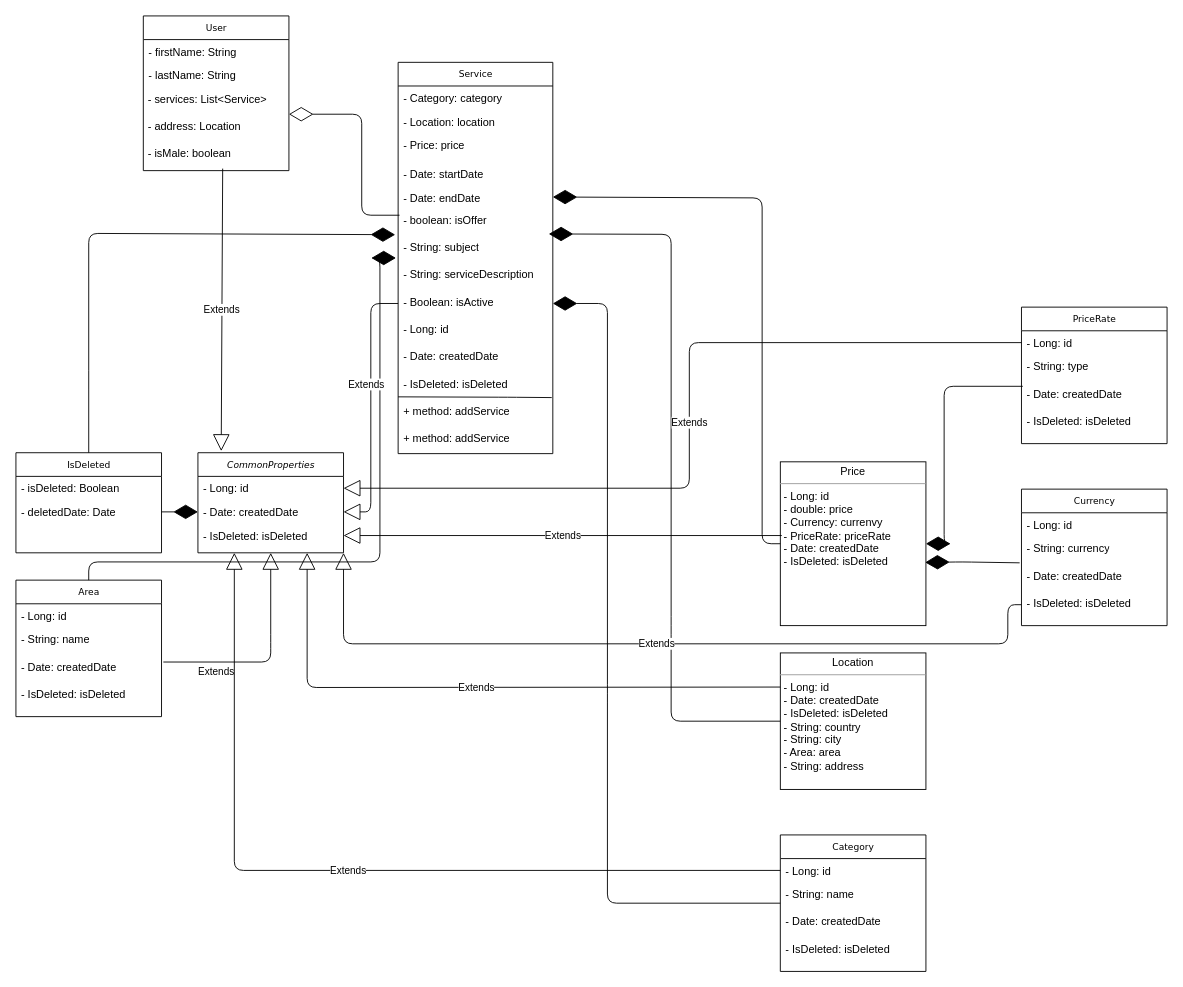
The draw.io diagram HelppyUML.drawio in StanislavRa/group_A_Helppy, before the edit. Source tidied: cells renumbered, new cells numbered last; positions are measured from the earlier drawing's top-left corner, leaving out a move shared by most shapes. Both pictures are drawn from the tidied source at 91%, with x=0, y=0 at pixel (15, 15).
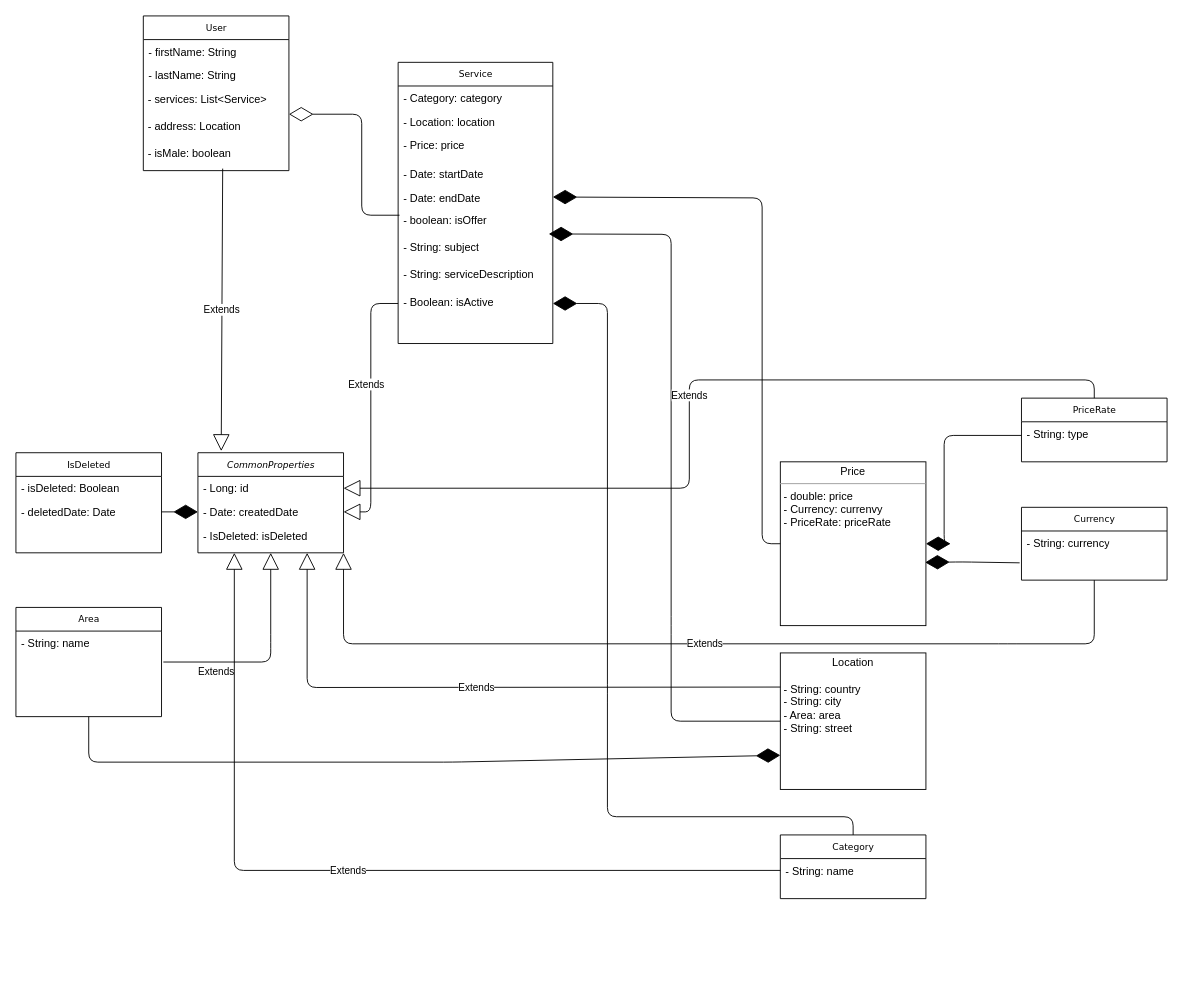
The same page after the edit.

Unchanged cells that the change refers to:
```xml
<mxCell id="14" value="- String: subject" style="text;html=1;strokeColor=none;fillColor=none;align=left;verticalAlign=top;spacingLeft=4;spacingRight=4;whiteSpace=wrap;overflow=hidden;points=[[0,0.5],[1,0.5]];portConstraint=eastwest;" parent="7" vertex="1">
  <mxGeometry y="190" width="170" height="30" as="geometry" />
</mxCell>
<mxCell id="16" value="- Boolean: isActive" style="text;html=1;strokeColor=none;fillColor=none;align=left;verticalAlign=top;spacingLeft=4;spacingRight=4;whiteSpace=wrap;overflow=hidden;points=[[0,0.5],[1,0.5]];portConstraint=eastwest;" parent="7" vertex="1">
  <mxGeometry y="250" width="170" height="30" as="geometry" />
</mxCell>
<mxCell id="25" value="IsDeleted" style="swimlane;html=1;fontStyle=0;horizontal=1;startSize=26;fillColor=none;swimlaneFillColor=#ffffff;rounded=0;shadow=0;comic=0;labelBackgroundColor=none;strokeWidth=1;fontFamily=Verdana;fontSize=10;align=center;" parent="1" vertex="1">
  <mxGeometry y="480" width="160" height="110" as="geometry" />
</mxCell>
<mxCell id="50" value="&lt;i&gt;CommonProperties&lt;/i&gt;" style="swimlane;html=1;fontStyle=0;horizontal=1;startSize=26;fillColor=none;swimlaneFillColor=#ffffff;rounded=0;shadow=0;comic=0;labelBackgroundColor=none;strokeWidth=1;fontFamily=Verdana;fontSize=10;align=center;" parent="1" vertex="1">
  <mxGeometry x="200" y="480" width="160" height="110" as="geometry" />
</mxCell>
<mxCell id="51" value="- Long: id" style="text;html=1;strokeColor=none;fillColor=none;align=left;verticalAlign=top;spacingLeft=4;spacingRight=4;whiteSpace=wrap;overflow=hidden;points=[[0,0.5],[1,0.5]];portConstraint=eastwest;" parent="50" vertex="1">
  <mxGeometry y="26" width="160" height="26" as="geometry" />
</mxCell>
<mxCell id="53" value="- IsDeleted: isDeleted" style="text;html=1;strokeColor=none;fillColor=none;align=left;verticalAlign=top;spacingLeft=4;spacingRight=4;whiteSpace=wrap;overflow=hidden;points=[[0,0.5],[1,0.5]];portConstraint=eastwest;" parent="50" vertex="1">
  <mxGeometry y="78" width="160" height="26" as="geometry" />
</mxCell>
```

Change to the diagram source:
```diff
@@
     <mxCell id="2" value="Category" style="swimlane;html=1;fontStyle=0;horizontal=1;startSize=26;fillColor=none;swimlaneFillColor=#ffffff;rounded=0;shadow=0;comic=0;labelBackgroundColor=none;strokeWidth=1;fontFamily=Verdana;fontSize=10;align=center;" parent="1" vertex="1">
-      <mxGeometry x="840" y="900" width="160" height="150" as="geometry" />
+      <mxGeometry x="840" y="900" width="160" height="70" as="geometry" />
     </mxCell>
-    <mxCell id="3" value="- Long: id" style="text;html=1;strokeColor=none;fillColor=none;align=left;verticalAlign=top;spacingLeft=4;spacingRight=4;whiteSpace=wrap;overflow=hidden;points=[[0,0.5],[1,0.5]];portConstraint=eastwest;" parent="2" vertex="1">
-      <mxGeometry y="26" width="160" height="26" as="geometry" />
-    </mxCell>
     <mxCell id="4" value="- String: name" style="text;html=1;strokeColor=none;fillColor=none;align=left;verticalAlign=top;spacingLeft=4;spacingRight=4;whiteSpace=wrap;overflow=hidden;points=[[0,0.5],[1,0.5]];portConstraint=eastwest;" parent="2" vertex="1">
-      <mxGeometry y="52" width="160" height="30" as="geometry" />
+      <mxGeometry y="26" width="160" height="30" as="geometry" />
     </mxCell>
-    <mxCell id="5" value="- Date: createdDate" style="text;html=1;strokeColor=none;fillColor=none;align=left;verticalAlign=top;spacingLeft=4;spacingRight=4;whiteSpace=wrap;overflow=hidden;" parent="2" vertex="1">
-      <mxGeometry y="82" width="160" height="30" as="geometry" />
-    </mxCell>
-    <mxCell id="6" value="- IsDeleted: isDeleted" style="text;html=1;strokeColor=none;fillColor=none;align=left;verticalAlign=top;spacingLeft=4;spacingRight=4;whiteSpace=wrap;overflow=hidden;" parent="2" vertex="1">
-      <mxGeometry y="112" width="160" height="30" as="geometry" />
-    </mxCell>
     <mxCell id="7" value="Service" style="swimlane;html=1;fontStyle=0;horizontal=1;startSize=26;fillColor=none;swimlaneFillColor=#ffffff;rounded=0;shadow=0;comic=0;labelBackgroundColor=none;strokeWidth=1;fontFamily=Verdana;fontSize=10;align=center;" parent="1" vertex="1">
-      <mxGeometry x="420" y="51" width="170" height="430" as="geometry" />
+      <mxGeometry x="420" y="51" width="170" height="309" as="geometry" />
     </mxCell>
@@
-    <mxCell id="17" value="- Long: id" style="text;html=1;strokeColor=none;fillColor=none;align=left;verticalAlign=top;spacingLeft=4;spacingRight=4;whiteSpace=wrap;overflow=hidden;" parent="7" vertex="1">
-      <mxGeometry y="280" width="170" height="30" as="geometry" />
-    </mxCell>
-    <mxCell id="18" value="- Date: createdDate" style="text;html=1;strokeColor=none;fillColor=none;align=left;verticalAlign=top;spacingLeft=4;spacingRight=4;whiteSpace=wrap;overflow=hidden;" parent="7" vertex="1">
-      <mxGeometry y="310" width="170" height="30" as="geometry" />
-    </mxCell>
-    <mxCell id="19" style="endArrow=none;html=1;exitX=0;exitY=1.02;exitDx=0;exitDy=0;exitPerimeter=0;entryX=0.993;entryY=1.047;entryDx=0;entryDy=0;entryPerimeter=0;" parent="7" edge="1">
-      <mxGeometry relative="1" as="geometry">
-        <mxPoint y="367.6" as="sourcePoint" />
-        <mxPoint x="168.8" y="368.4" as="targetPoint" />
-        <Array as="points">
-          <mxPoint x="120" y="368" />
-        </Array>
-      </mxGeometry>
-    </mxCell>
-    <mxCell id="20" value="- IsDeleted: isDeleted" style="text;html=1;strokeColor=none;fillColor=none;align=left;verticalAlign=top;spacingLeft=4;spacingRight=4;whiteSpace=wrap;overflow=hidden;" parent="7" vertex="1">
-      <mxGeometry y="340" width="170" height="30" as="geometry" />
-    </mxCell>
-    <mxCell id="21" value="+ method: addService" style="text;html=1;strokeColor=none;fillColor=none;align=left;verticalAlign=top;spacingLeft=4;spacingRight=4;whiteSpace=wrap;overflow=hidden;" parent="7" vertex="1">
-      <mxGeometry y="370" width="170" height="30" as="geometry" />
-    </mxCell>
-    <mxCell id="22" value="+ method: addService" style="text;html=1;strokeColor=none;fillColor=none;align=left;verticalAlign=top;spacingLeft=4;spacingRight=4;whiteSpace=wrap;overflow=hidden;" parent="7" vertex="1">
-      <mxGeometry y="400" width="170" height="30" as="geometry" />
-    </mxCell>
-    <mxCell id="23" value="&lt;p style=&quot;margin: 0px ; margin-top: 4px ; text-align: center&quot;&gt;Location&lt;/p&gt;&lt;hr size=&quot;1&quot;&gt;&lt;p style=&quot;margin: 0px ; margin-left: 4px&quot;&gt;- Long: id&lt;br&gt;- Date: createdDate&lt;/p&gt;&lt;p style=&quot;margin: 0px ; margin-left: 4px&quot;&gt;- IsDeleted: isDeleted&lt;/p&gt;&lt;p style=&quot;margin: 0px ; margin-left: 4px&quot;&gt;- String: country&lt;/p&gt;&lt;p style=&quot;margin: 0px ; margin-left: 4px&quot;&gt;- String: city&lt;/p&gt;&lt;p style=&quot;margin: 0px ; margin-left: 4px&quot;&gt;- Area: area&lt;/p&gt;&lt;p style=&quot;margin: 0px ; margin-left: 4px&quot;&gt;- String: address&lt;/p&gt;" style="verticalAlign=top;align=left;overflow=fill;fontSize=12;fontFamily=Helvetica;html=1;rounded=0;shadow=0;comic=0;labelBackgroundColor=none;strokeWidth=1;" parent="1" vertex="1">
+    <mxCell id="23" value="&lt;p style=&quot;margin: 0px ; margin-top: 4px ; text-align: center&quot;&gt;Location&lt;/p&gt;&lt;br&gt;&lt;p style=&quot;margin: 0px ; margin-left: 4px&quot;&gt;- String: country&lt;/p&gt;&lt;p style=&quot;margin: 0px ; margin-left: 4px&quot;&gt;- String: city&lt;/p&gt;&lt;p style=&quot;margin: 0px ; margin-left: 4px&quot;&gt;- Area: area&lt;/p&gt;&lt;p style=&quot;margin: 0px ; margin-left: 4px&quot;&gt;- String: street&lt;/p&gt;" style="verticalAlign=top;align=left;overflow=fill;fontSize=12;fontFamily=Helvetica;html=1;rounded=0;shadow=0;comic=0;labelBackgroundColor=none;strokeWidth=1;" parent="1" vertex="1">
       <mxGeometry x="840" y="700" width="160" height="150" as="geometry" />
     </mxCell>
-    <mxCell id="24" value="&lt;p style=&quot;margin: 0px ; margin-top: 4px ; text-align: center&quot;&gt;Price&lt;/p&gt;&lt;hr size=&quot;1&quot;&gt;&lt;p style=&quot;margin: 0px ; margin-left: 4px&quot;&gt;- Long: id&lt;br&gt;- double: price&lt;/p&gt;&lt;p style=&quot;margin: 0px ; margin-left: 4px&quot;&gt;- Currency: currenvy&lt;/p&gt;&lt;p style=&quot;margin: 0px ; margin-left: 4px&quot;&gt;- PriceRate: priceRate&lt;/p&gt;&lt;p style=&quot;margin: 0px ; margin-left: 4px&quot;&gt;- Date: createdDate&lt;/p&gt;&lt;p style=&quot;margin: 0px ; margin-left: 4px&quot;&gt;- IsDeleted: isDeleted&lt;/p&gt;" style="verticalAlign=top;align=left;overflow=fill;fontSize=12;fontFamily=Helvetica;html=1;rounded=0;shadow=0;comic=0;labelBackgroundColor=none;strokeWidth=1;" parent="1" vertex="1">
+    <mxCell id="24" value="&lt;p style=&quot;margin: 0px ; margin-top: 4px ; text-align: center&quot;&gt;Price&lt;/p&gt;&lt;hr size=&quot;1&quot;&gt;&lt;p style=&quot;margin: 0px ; margin-left: 4px&quot;&gt;- double: price&lt;/p&gt;&lt;p style=&quot;margin: 0px ; margin-left: 4px&quot;&gt;- Currency: currenvy&lt;/p&gt;&lt;p style=&quot;margin: 0px ; margin-left: 4px&quot;&gt;- PriceRate: priceRate&lt;/p&gt;" style="verticalAlign=top;align=left;overflow=fill;fontSize=12;fontFamily=Helvetica;html=1;rounded=0;shadow=0;comic=0;labelBackgroundColor=none;strokeWidth=1;" parent="1" vertex="1">
       <mxGeometry x="840" y="490" width="160" height="180" as="geometry" />
     </mxCell>
@@
     <mxCell id="28" value="Area" style="swimlane;html=1;fontStyle=0;horizontal=1;startSize=26;fillColor=none;swimlaneFillColor=#ffffff;rounded=0;shadow=0;comic=0;labelBackgroundColor=none;strokeWidth=1;fontFamily=Verdana;fontSize=10;align=center;" parent="1" vertex="1">
-      <mxGeometry y="620" width="160" height="150" as="geometry" />
+      <mxGeometry y="650" width="160" height="120" as="geometry" />
     </mxCell>
-    <mxCell id="29" value="- Long: id" style="text;html=1;strokeColor=none;fillColor=none;align=left;verticalAlign=top;spacingLeft=4;spacingRight=4;whiteSpace=wrap;overflow=hidden;" parent="28" vertex="1">
-      <mxGeometry y="26" width="160" height="26" as="geometry" />
-    </mxCell>
     <mxCell id="30" value="- String: name" style="text;html=1;strokeColor=none;fillColor=none;align=left;verticalAlign=top;spacingLeft=4;spacingRight=4;whiteSpace=wrap;overflow=hidden;" parent="28" vertex="1">
-      <mxGeometry y="52" width="160" height="30" as="geometry" />
+      <mxGeometry y="26" width="160" height="30" as="geometry" />
     </mxCell>
-    <mxCell id="31" value="- Date: createdDate" style="text;html=1;strokeColor=none;fillColor=none;align=left;verticalAlign=top;spacingLeft=4;spacingRight=4;whiteSpace=wrap;overflow=hidden;" parent="28" vertex="1">
-      <mxGeometry y="82" width="160" height="30" as="geometry" />
-    </mxCell>
-    <mxCell id="32" value="- IsDeleted: isDeleted" style="text;html=1;strokeColor=none;fillColor=none;align=left;verticalAlign=top;spacingLeft=4;spacingRight=4;whiteSpace=wrap;overflow=hidden;" parent="28" vertex="1">
-      <mxGeometry y="112" width="160" height="30" as="geometry" />
-    </mxCell>
     <mxCell id="33" value="PriceRate" style="swimlane;html=1;fontStyle=0;horizontal=1;startSize=26;fillColor=none;swimlaneFillColor=#ffffff;rounded=0;shadow=0;comic=0;labelBackgroundColor=none;strokeWidth=1;fontFamily=Verdana;fontSize=10;align=center;" parent="1" vertex="1">
-      <mxGeometry x="1105" y="320" width="160" height="150" as="geometry" />
+      <mxGeometry x="1105" y="420" width="160" height="70" as="geometry" />
     </mxCell>
-    <mxCell id="34" value="- Long: id" style="text;html=1;strokeColor=none;fillColor=none;align=left;verticalAlign=top;spacingLeft=4;spacingRight=4;whiteSpace=wrap;overflow=hidden;points=[[0,0.5],[1,0.5]];portConstraint=eastwest;" parent="33" vertex="1">
-      <mxGeometry y="26" width="160" height="26" as="geometry" />
-    </mxCell>
     <mxCell id="35" value="- String: type" style="text;html=1;strokeColor=none;fillColor=none;align=left;verticalAlign=top;spacingLeft=4;spacingRight=4;whiteSpace=wrap;overflow=hidden;points=[[0,0.5],[1,0.5]];portConstraint=eastwest;" parent="33" vertex="1">
-      <mxGeometry y="52" width="160" height="30" as="geometry" />
+      <mxGeometry y="26" width="160" height="30" as="geometry" />
     </mxCell>
-    <mxCell id="36" value="- Date: createdDate" style="text;html=1;strokeColor=none;fillColor=none;align=left;verticalAlign=top;spacingLeft=4;spacingRight=4;whiteSpace=wrap;overflow=hidden;points=[[0,0.5],[1,0.5]];portConstraint=eastwest;" parent="33" vertex="1">
-      <mxGeometry y="82" width="160" height="30" as="geometry" />
-    </mxCell>
-    <mxCell id="37" value="- IsDeleted: isDeleted" style="text;html=1;strokeColor=none;fillColor=none;align=left;verticalAlign=top;spacingLeft=4;spacingRight=4;whiteSpace=wrap;overflow=hidden;" parent="33" vertex="1">
-      <mxGeometry y="112" width="160" height="30" as="geometry" />
-    </mxCell>
     <mxCell id="38" value="Currency" style="swimlane;html=1;fontStyle=0;horizontal=1;startSize=26;fillColor=none;swimlaneFillColor=#ffffff;rounded=0;shadow=0;comic=0;labelBackgroundColor=none;strokeWidth=1;fontFamily=Verdana;fontSize=10;align=center;" parent="1" vertex="1">
-      <mxGeometry x="1105" y="520" width="160" height="150" as="geometry" />
+      <mxGeometry x="1105" y="540" width="160" height="80" as="geometry" />
     </mxCell>
-    <mxCell id="39" value="- Long: id" style="text;html=1;strokeColor=none;fillColor=none;align=left;verticalAlign=top;spacingLeft=4;spacingRight=4;whiteSpace=wrap;overflow=hidden;" parent="38" vertex="1">
-      <mxGeometry y="26" width="160" height="26" as="geometry" />
-    </mxCell>
     <mxCell id="40" value="- String: currency" style="text;html=1;strokeColor=none;fillColor=none;align=left;verticalAlign=top;spacingLeft=4;spacingRight=4;whiteSpace=wrap;overflow=hidden;" parent="38" vertex="1">
-      <mxGeometry y="52" width="160" height="30" as="geometry" />
+      <mxGeometry y="26" width="160" height="30" as="geometry" />
     </mxCell>
-    <mxCell id="41" value="- Date: createdDate" style="text;html=1;strokeColor=none;fillColor=none;align=left;verticalAlign=top;spacingLeft=4;spacingRight=4;whiteSpace=wrap;overflow=hidden;" parent="38" vertex="1">
-      <mxGeometry y="82" width="160" height="30" as="geometry" />
-    </mxCell>
-    <mxCell id="42" value="- IsDeleted: isDeleted" style="text;html=1;strokeColor=none;fillColor=none;align=left;verticalAlign=top;spacingLeft=4;spacingRight=4;whiteSpace=wrap;overflow=hidden;points=[[0,0.5],[1,0.5]];portConstraint=eastwest;" parent="38" vertex="1">
-      <mxGeometry y="112" width="160" height="30" as="geometry" />
-    </mxCell>
@@
-    <mxCell id="45" style="endArrow=diamondThin;endFill=1;endSize=24;html=1;exitX=0;exitY=0.767;exitDx=0;exitDy=0;entryX=1;entryY=0.5;entryDx=0;entryDy=0;exitPerimeter=0;" parent="1" edge="1" source="4" target="16">
+    <mxCell id="45" style="endArrow=diamondThin;endFill=1;endSize=24;html=1;exitX=0.5;exitY=0;exitDx=0;exitDy=0;entryX=1;entryY=0.5;entryDx=0;entryDy=0;" parent="1" edge="1" source="2" target="16">
       <mxGeometry relative="1" as="geometry">
         <Array as="points">
-          <mxPoint x="650" y="975" />
+          <mxPoint x="920" y="880" />
+          <mxPoint x="650" y="880" />
           <mxPoint x="650" y="745" />
           <mxPoint x="650" y="316" />
         </Array>
       </mxGeometry>
     </mxCell>
-    <mxCell id="46" style="endArrow=diamondThin;endFill=1;endSize=24;html=1;exitX=0.5;exitY=0;exitDx=0;exitDy=0;entryX=-0.019;entryY=-0.02;entryDx=0;entryDy=0;entryPerimeter=0;" parent="1" edge="1" source="25" target="14">
-      <mxGeometry relative="1" as="geometry">
-        <Array as="points">
-          <mxPoint x="80" y="400" />
-          <mxPoint x="80" y="239" />
-        </Array>
-      </mxGeometry>
-    </mxCell>
-    <mxCell id="47" style="endArrow=diamondThin;endFill=1;endSize=24;html=1;entryX=-0.014;entryY=0.833;entryDx=0;entryDy=0;entryPerimeter=0;exitX=0.5;exitY=0;exitDx=0;exitDy=0;" parent="1" edge="1" source="28" target="14">
+    <mxCell id="47" style="endArrow=diamondThin;endFill=1;endSize=24;html=1;entryX=0;entryY=0.75;entryDx=0;entryDy=0;exitX=0.5;exitY=1;exitDx=0;exitDy=0;" parent="1" edge="1" source="28" target="23">
       <mxGeometry relative="1" as="geometry">
         <Array as="points">
-          <mxPoint x="80" y="600" />
-          <mxPoint x="400" y="600" />
-          <mxPoint x="400" y="266" />
+          <mxPoint x="80" y="820" />
+          <mxPoint x="480" y="820" />
         </Array>
       </mxGeometry>
     </mxCell>
-    <mxCell id="48" style="endArrow=diamondThin;endFill=1;endSize=24;html=1;exitX=0.009;exitY=0.167;exitDx=0;exitDy=0;entryX=1;entryY=0.5;entryDx=0;entryDy=0;exitPerimeter=0;" parent="1" edge="1" source="36" target="24">
+    <mxCell id="48" style="endArrow=diamondThin;endFill=1;endSize=24;html=1;exitX=0;exitY=0.5;exitDx=0;exitDy=0;entryX=1;entryY=0.5;entryDx=0;entryDy=0;" parent="1" edge="1" source="35" target="24">
       <mxGeometry relative="1" as="geometry">
         <Array as="points">
-          <mxPoint x="1020" y="407" />
+          <mxPoint x="1020" y="461" />
           <mxPoint x="1020" y="580" />
         </Array>
       </mxGeometry>
     </mxCell>
@@
-    <mxCell id="57" value="Extends" style="endArrow=block;endSize=16;endFill=0;html=1;exitX=0.01;exitY=0.45;exitDx=0;exitDy=0;entryX=1;entryY=0.5;entryDx=0;entryDy=0;exitPerimeter=0;" parent="1" edge="1" source="24" target="53">
-      <mxGeometry relative="1" as="geometry" />
-    </mxCell>
@@
-    <mxCell id="59" value="Extends" style="endArrow=block;endSize=16;endFill=0;html=1;exitX=0;exitY=0.5;exitDx=0;exitDy=0;entryX=0.25;entryY=1;entryDx=0;entryDy=0;" parent="1" edge="1" source="3" target="50">
+    <mxCell id="59" value="Extends" style="endArrow=block;endSize=16;endFill=0;html=1;exitX=0;exitY=0.5;exitDx=0;exitDy=0;entryX=0.25;entryY=1;entryDx=0;entryDy=0;" parent="1" edge="1" target="50">
       <mxGeometry relative="1" as="geometry">
+        <mxPoint x="840" y="939" as="sourcePoint" />
         <Array as="points">
           <mxPoint x="240" y="939" />
         </Array>
       </mxGeometry>
     </mxCell>
-    <mxCell id="60" value="Extends" style="endArrow=block;endSize=16;endFill=0;html=1;exitX=0;exitY=0.5;exitDx=0;exitDy=0;entryX=1;entryY=1;entryDx=0;entryDy=0;" parent="1" edge="1" source="42" target="50">
+    <mxCell id="60" value="Extends" style="endArrow=block;endSize=16;endFill=0;html=1;exitX=0.5;exitY=1;exitDx=0;exitDy=0;entryX=1;entryY=1;entryDx=0;entryDy=0;" parent="1" edge="1" source="38" target="50">
       <mxGeometry relative="1" as="geometry">
         <Array as="points">
-          <mxPoint x="1090" y="647" />
+          <mxPoint x="1185" y="690" />
           <mxPoint x="1090" y="690" />
           <mxPoint x="360" y="690" />
         </Array>
       </mxGeometry>
     </mxCell>
-    <mxCell id="61" value="Extends" style="endArrow=block;endSize=16;endFill=0;html=1;exitX=0;exitY=0.5;exitDx=0;exitDy=0;entryX=1;entryY=0.5;entryDx=0;entryDy=0;" parent="1" edge="1" source="34" target="51">
+    <mxCell id="61" value="Extends" style="endArrow=block;endSize=16;endFill=0;html=1;exitX=0.5;exitY=0;exitDx=0;exitDy=0;entryX=1;entryY=0.5;entryDx=0;entryDy=0;" parent="1" edge="1" source="33" target="51">
       <mxGeometry relative="1" as="geometry">
         <Array as="points">
-          <mxPoint x="740" y="359" />
+          <mxPoint x="1185" y="400" />
+          <mxPoint x="740" y="400" />
           <mxPoint x="740" y="519" />
         </Array>
       </mxGeometry>
     </mxCell>
```
